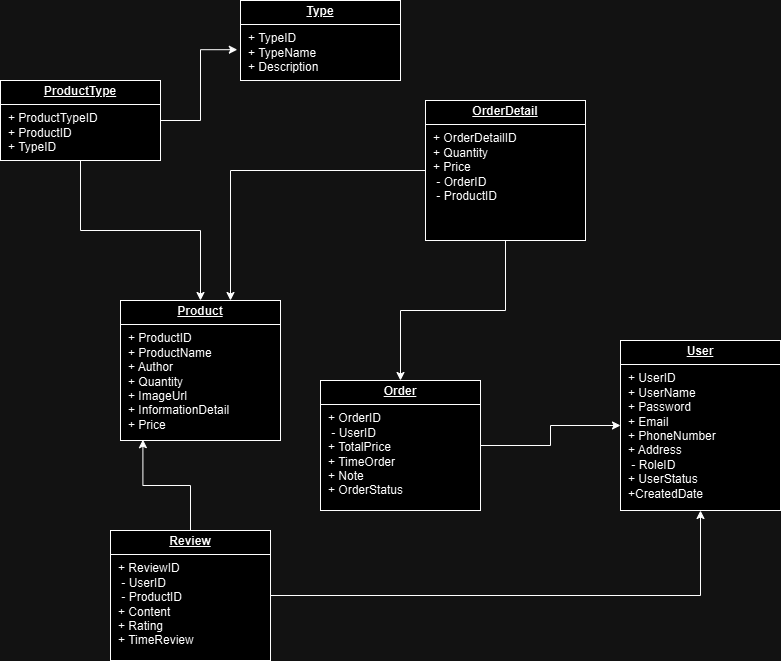
Before: ChamHoiShop.drawio.png, a diagram exported from draw.io (Quynh103024/ChamHoiShop). Source tidied: cells renumbered, new cells last; positions are measured from the earlier drawing's top-left corner, leaving out a move shared by most shapes.
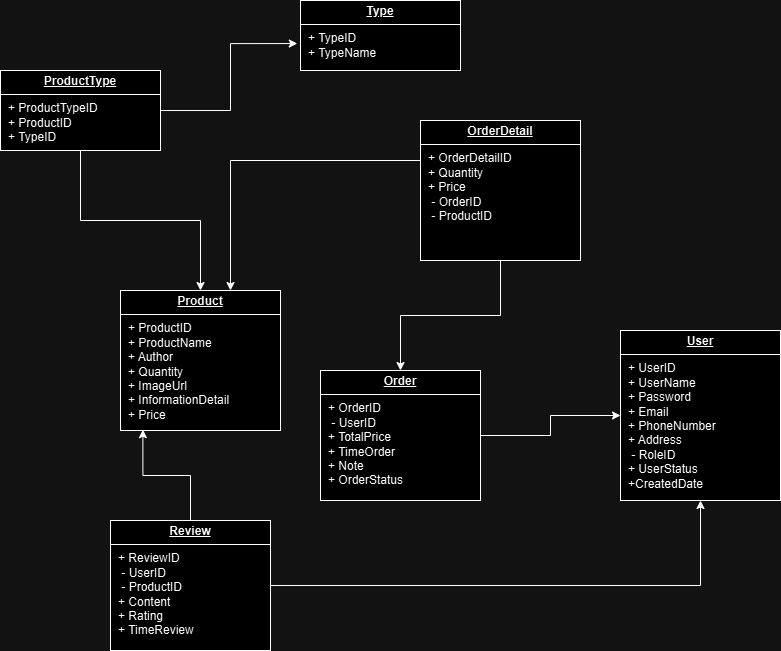
Above is the later version.

What changed in the source:
```diff
@@ -19,7 +19,7 @@
       <mxGeometry relative="1" as="geometry" />
     </mxCell>
     <mxCell id="6" value="&lt;p style=&quot;margin:0px;margin-top:4px;text-align:center;text-decoration:underline;&quot;&gt;&lt;b&gt;OrderDetail&lt;/b&gt;&lt;/p&gt;&lt;hr size=&quot;1&quot; style=&quot;border-style:solid;&quot;&gt;&lt;p style=&quot;margin:0px;margin-left:8px;&quot;&gt;+ OrderDetailID&lt;/p&gt;&lt;p style=&quot;margin:0px;margin-left:8px;&quot;&gt;+ Quantity&lt;/p&gt;&lt;p style=&quot;margin:0px;margin-left:8px;&quot;&gt;+ Price&lt;/p&gt;&lt;p style=&quot;margin: 0px 0px 0px 8px;&quot;&gt;&amp;nbsp;- OrderID&lt;/p&gt;&lt;p style=&quot;margin: 0px 0px 0px 8px;&quot;&gt;&amp;nbsp;- ProductID&lt;/p&gt;&lt;p style=&quot;margin:0px;margin-left:8px;&quot;&gt;&lt;br&gt;&lt;/p&gt;&lt;p style=&quot;margin:0px;margin-left:8px;&quot;&gt;&lt;br&gt;&lt;/p&gt;&lt;p style=&quot;margin:0px;margin-left:8px;&quot;&gt;&lt;br&gt;&lt;br&gt;&lt;/p&gt;&lt;p style=&quot;margin:0px;margin-left:8px;&quot;&gt;&lt;br&gt;&lt;/p&gt;&lt;p style=&quot;margin:0px;margin-left:8px;&quot;&gt;&lt;br&gt;&lt;br&gt;&lt;br&gt;&lt;/p&gt;" style="verticalAlign=top;align=left;overflow=fill;html=1;whiteSpace=wrap;" parent="1" vertex="1">
-      <mxGeometry x="425" y="100" width="160" height="140" as="geometry" />
+      <mxGeometry x="420" y="130" width="160" height="140" as="geometry" />
     </mxCell>
     <mxCell id="7" style="edgeStyle=orthogonalEdgeStyle;rounded=0;jettySize=auto;html=1;" parent="1" edge="1" source="8" target="2">
       <mxGeometry relative="1" as="geometry" />
@@ -27,8 +27,8 @@
     <mxCell id="8" value="&lt;p style=&quot;margin:0px;margin-top:4px;text-align:center;text-decoration:underline;&quot;&gt;&lt;b&gt;Order&lt;/b&gt;&lt;/p&gt;&lt;hr size=&quot;1&quot; style=&quot;border-style:solid;&quot;&gt;&lt;p style=&quot;margin:0px;margin-left:8px;&quot;&gt;+ OrderID&lt;/p&gt;&lt;p style=&quot;margin:0px;margin-left:8px;&quot;&gt;&amp;nbsp;- UserID&lt;/p&gt;&lt;p style=&quot;margin:0px;margin-left:8px;&quot;&gt;+ TotalPrice&lt;/p&gt;&lt;p style=&quot;margin:0px;margin-left:8px;&quot;&gt;+ TimeOrder&lt;/p&gt;&lt;p style=&quot;margin:0px;margin-left:8px;&quot;&gt;+ Note&lt;/p&gt;&lt;p style=&quot;margin:0px;margin-left:8px;&quot;&gt;+ OrderStatus&lt;/p&gt;&lt;p style=&quot;margin:0px;margin-left:8px;&quot;&gt;&lt;br&gt;&lt;/p&gt;&lt;p style=&quot;margin:0px;margin-left:8px;&quot;&gt;&lt;br&gt;&lt;br&gt;&lt;/p&gt;&lt;p style=&quot;margin:0px;margin-left:8px;&quot;&gt;&lt;br&gt;&lt;/p&gt;&lt;p style=&quot;margin:0px;margin-left:8px;&quot;&gt;&lt;br&gt;&lt;br&gt;&lt;br&gt;&lt;/p&gt;" style="verticalAlign=top;align=left;overflow=fill;html=1;whiteSpace=wrap;" parent="1" vertex="1">
       <mxGeometry x="320" y="380" width="160" height="130" as="geometry" />
     </mxCell>
-    <mxCell id="9" value="&lt;p style=&quot;margin:0px;margin-top:4px;text-align:center;text-decoration:underline;&quot;&gt;&lt;b&gt;Type&lt;/b&gt;&lt;/p&gt;&lt;hr size=&quot;1&quot; style=&quot;border-style:solid;&quot;&gt;&lt;p style=&quot;margin:0px;margin-left:8px;&quot;&gt;+ TypeID&lt;/p&gt;&lt;p style=&quot;margin:0px;margin-left:8px;&quot;&gt;+ TypeName&lt;/p&gt;&lt;p style=&quot;margin:0px;margin-left:8px;&quot;&gt;+ Description&lt;/p&gt;&lt;p style=&quot;margin:0px;margin-left:8px;&quot;&gt;&lt;br&gt;&lt;/p&gt;&lt;p style=&quot;margin:0px;margin-left:8px;&quot;&gt;&lt;br&gt;&lt;br&gt;&lt;/p&gt;&lt;p style=&quot;margin:0px;margin-left:8px;&quot;&gt;&lt;br&gt;&lt;/p&gt;&lt;p style=&quot;margin:0px;margin-left:8px;&quot;&gt;&lt;br&gt;&lt;br&gt;&lt;br&gt;&lt;/p&gt;" style="verticalAlign=top;align=left;overflow=fill;html=1;whiteSpace=wrap;" parent="1" vertex="1">
-      <mxGeometry x="240" width="160" height="80" as="geometry" />
+    <mxCell id="9" value="&lt;p style=&quot;margin:0px;margin-top:4px;text-align:center;text-decoration:underline;&quot;&gt;&lt;b&gt;Type&lt;/b&gt;&lt;/p&gt;&lt;hr size=&quot;1&quot; style=&quot;border-style:solid;&quot;&gt;&lt;p style=&quot;margin:0px;margin-left:8px;&quot;&gt;+ TypeID&lt;/p&gt;&lt;p style=&quot;margin:0px;margin-left:8px;&quot;&gt;+ TypeName&lt;/p&gt;&lt;p style=&quot;margin:0px;margin-left:8px;&quot;&gt;&lt;br&gt;&lt;/p&gt;&lt;p style=&quot;margin:0px;margin-left:8px;&quot;&gt;&lt;br&gt;&lt;br&gt;&lt;/p&gt;&lt;p style=&quot;margin:0px;margin-left:8px;&quot;&gt;&lt;br&gt;&lt;/p&gt;&lt;p style=&quot;margin:0px;margin-left:8px;&quot;&gt;&lt;br&gt;&lt;br&gt;&lt;br&gt;&lt;/p&gt;" style="verticalAlign=top;align=left;overflow=fill;html=1;whiteSpace=wrap;" parent="1" vertex="1">
+      <mxGeometry x="300" y="10" width="160" height="70" as="geometry" />
     </mxCell>
     <mxCell id="10" value="&lt;p style=&quot;margin:0px;margin-top:4px;text-align:center;text-decoration:underline;&quot;&gt;&lt;b&gt;Review&lt;/b&gt;&lt;/p&gt;&lt;hr size=&quot;1&quot; style=&quot;border-style:solid;&quot;&gt;&lt;p style=&quot;margin:0px;margin-left:8px;&quot;&gt;+ ReviewID&lt;/p&gt;&lt;p style=&quot;margin:0px;margin-left:8px;&quot;&gt;&amp;nbsp;- UserID&lt;/p&gt;&lt;p style=&quot;margin:0px;margin-left:8px;&quot;&gt;&amp;nbsp;- ProductID&lt;/p&gt;&lt;p style=&quot;margin:0px;margin-left:8px;&quot;&gt;+ Content&amp;nbsp;&lt;/p&gt;&lt;p style=&quot;margin:0px;margin-left:8px;&quot;&gt;+ Rating&lt;/p&gt;&lt;p style=&quot;margin:0px;margin-left:8px;&quot;&gt;+ TimeReview&lt;/p&gt;&lt;p style=&quot;margin:0px;margin-left:8px;&quot;&gt;&lt;br&gt;&lt;/p&gt;&lt;p style=&quot;margin:0px;margin-left:8px;&quot;&gt;&lt;br&gt;&lt;/p&gt;&lt;p style=&quot;margin:0px;margin-left:8px;&quot;&gt;&lt;br&gt;&lt;br&gt;&lt;/p&gt;&lt;p style=&quot;margin:0px;margin-left:8px;&quot;&gt;&lt;br&gt;&lt;/p&gt;&lt;p style=&quot;margin:0px;margin-left:8px;&quot;&gt;&lt;br&gt;&lt;br&gt;&lt;br&gt;&lt;/p&gt;" style="verticalAlign=top;align=left;overflow=fill;html=1;whiteSpace=wrap;" parent="1" vertex="1">
       <mxGeometry x="110" y="530" width="160" height="130" as="geometry" />
```
